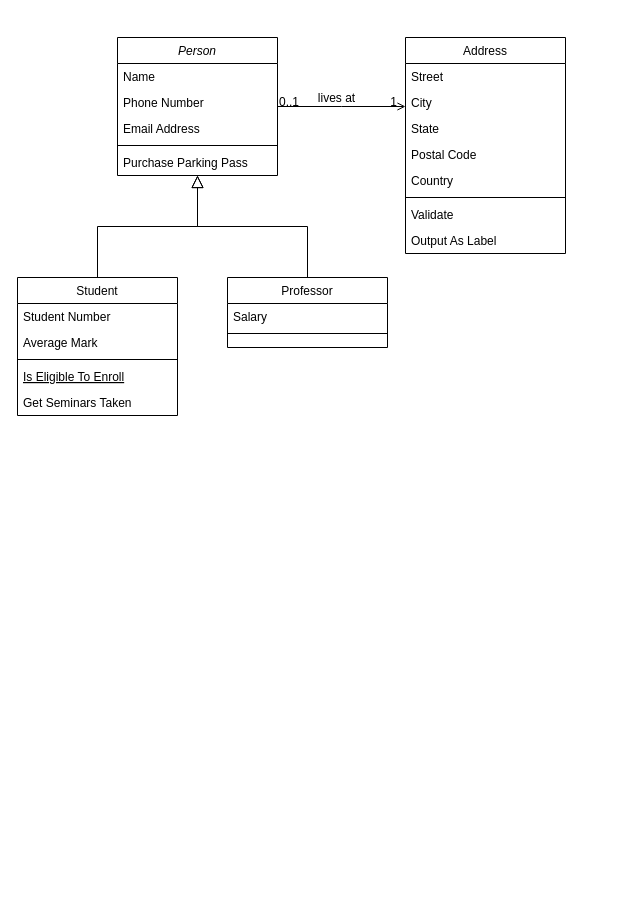
This is TP6.drawio from T-lamo/DataEngineer, a draw.io file, before an edit. Source tidied: cells renumbered, new cells numbered last; positions are measured from the earlier drawing's top-left corner, leaving out a move shared by most shapes. Both pictures are drawn from the tidied source at 100%, with x=0, y=0 at pixel (17, 37).
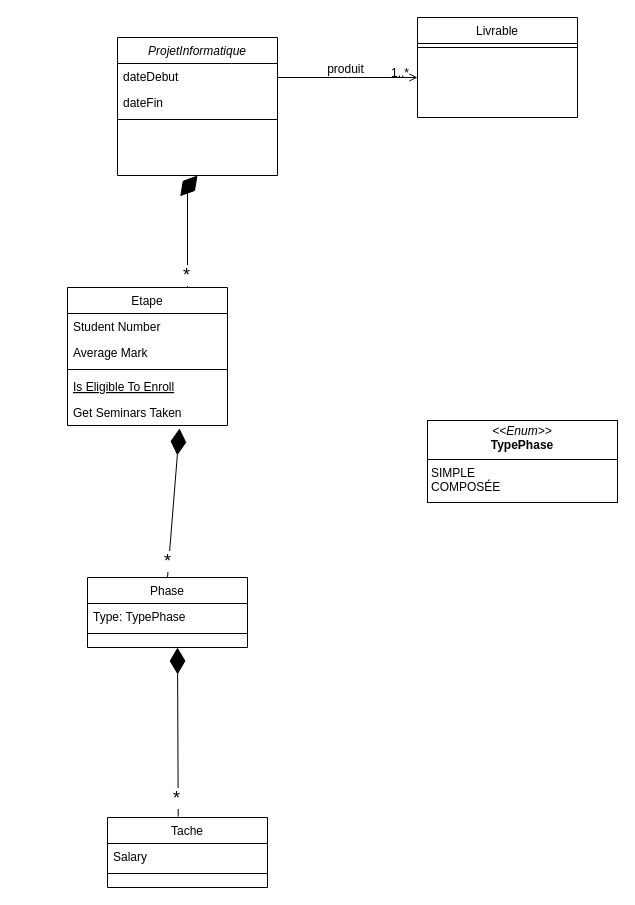
After the change.

Unchanged cells that the change refers to:
```xml
<mxCell id="13" value="Get Seminars Taken" style="text;align=left;verticalAlign=top;spacingLeft=4;spacingRight=4;overflow=hidden;points=[[0,0.5],[1,0.5]];portConstraint=eastwest;" parent="8" vertex="1">
  <mxGeometry y="112" width="160" height="26" as="geometry" />
</mxCell>
<mxCell id="28" style="endArrow=open;shadow=0;strokeWidth=1;rounded=0;curved=0;endFill=1;edgeStyle=elbowEdgeStyle;elbow=vertical;" parent="1" edge="1" source="2" target="19">
  <mxGeometry x="0.5" y="41" relative="1" as="geometry">
    <mxPoint x="-40" y="32" as="offset" />
  </mxGeometry>
</mxCell>
```

The edit, as a diff of the source:
```diff
@@
-    <mxCell id="2" value="Person" style="swimlane;fontStyle=2;align=center;verticalAlign=top;horizontal=1;startSize=26;rounded=0;shadow=0;strokeWidth=1;" parent="1" vertex="1">
+    <mxCell id="2" value="ProjetInformatique" style="swimlane;fontStyle=2;align=center;verticalAlign=top;horizontal=1;startSize=26;rounded=0;shadow=0;strokeWidth=1;" parent="1" vertex="1">
       <mxGeometry x="100" width="160" height="138" as="geometry" />
     </mxCell>
-    <mxCell id="3" value="Name" style="text;align=left;verticalAlign=top;spacingLeft=4;spacingRight=4;overflow=hidden;" parent="2" vertex="1">
+    <mxCell id="3" value="dateDebut" style="text;align=left;verticalAlign=top;spacingLeft=4;spacingRight=4;overflow=hidden;" parent="2" vertex="1">
       <mxGeometry y="26" width="160" height="26" as="geometry" />
     </mxCell>
-    <mxCell id="4" value="Phone Number" style="text;align=left;verticalAlign=top;spacingLeft=4;spacingRight=4;overflow=hidden;rounded=0;shadow=0;html=0;" parent="2" vertex="1">
+    <mxCell id="4" value="dateFin" style="text;align=left;verticalAlign=top;spacingLeft=4;spacingRight=4;overflow=hidden;rounded=0;shadow=0;html=0;" parent="2" vertex="1">
       <mxGeometry y="52" width="160" height="26" as="geometry" />
     </mxCell>
-    <mxCell id="5" value="Email Address" style="text;align=left;verticalAlign=top;spacingLeft=4;spacingRight=4;overflow=hidden;rounded=0;shadow=0;html=0;" parent="2" vertex="1">
-      <mxGeometry y="78" width="160" height="26" as="geometry" />
-    </mxCell>
     <mxCell id="6" style="line;html=1;strokeWidth=1;align=left;verticalAlign=middle;spacingTop=-1;spacingLeft=3;spacingRight=3;labelPosition=right;" parent="2" vertex="1">
-      <mxGeometry y="104" width="160" height="8" as="geometry" />
+      <mxGeometry y="78" width="160" height="8" as="geometry" />
     </mxCell>
-    <mxCell id="7" value="Purchase Parking Pass" style="text;align=left;verticalAlign=top;spacingLeft=4;spacingRight=4;overflow=hidden;" parent="2" vertex="1">
-      <mxGeometry y="112" width="160" height="26" as="geometry" />
-    </mxCell>
-    <mxCell id="8" value="Student" style="swimlane;fontStyle=0;align=center;verticalAlign=top;horizontal=1;startSize=26;rounded=0;shadow=0;strokeWidth=1;" parent="1" vertex="1">
-      <mxGeometry y="240" width="160" height="138" as="geometry" />
+    <mxCell id="8" value="Etape" style="swimlane;fontStyle=0;align=center;verticalAlign=top;horizontal=1;startSize=26;rounded=0;shadow=0;strokeWidth=1;" parent="1" vertex="1">
+      <mxGeometry x="50" y="250" width="160" height="138" as="geometry" />
     </mxCell>
@@
-    <mxCell id="14" style="endArrow=block;endSize=10;endFill=0;shadow=0;strokeWidth=1;rounded=0;curved=0;edgeStyle=elbowEdgeStyle;elbow=vertical;" parent="1" edge="1" source="8" target="2">
-      <mxGeometry relative="1" as="geometry" />
-    </mxCell>
-    <mxCell id="15" value="Professor" style="swimlane;fontStyle=0;align=center;verticalAlign=top;horizontal=1;startSize=26;rounded=0;shadow=0;strokeWidth=1;" parent="1" vertex="1">
-      <mxGeometry x="210" y="240" width="160" height="70" as="geometry" />
+    <mxCell id="15" value="Phase" style="swimlane;fontStyle=0;align=center;verticalAlign=top;horizontal=1;startSize=26;rounded=0;shadow=0;strokeWidth=1;" parent="1" vertex="1">
+      <mxGeometry x="70" y="540" width="160" height="70" as="geometry" />
     </mxCell>
-    <mxCell id="16" value="Salary" style="text;align=left;verticalAlign=top;spacingLeft=4;spacingRight=4;overflow=hidden;" parent="15" vertex="1">
+    <mxCell id="16" value="Type: TypePhase" style="text;align=left;verticalAlign=top;spacingLeft=4;spacingRight=4;overflow=hidden;" parent="15" vertex="1">
       <mxGeometry y="26" width="160" height="26" as="geometry" />
     </mxCell>
@@
-    <mxCell id="18" style="endArrow=block;endSize=10;endFill=0;shadow=0;strokeWidth=1;rounded=0;curved=0;edgeStyle=elbowEdgeStyle;elbow=vertical;" parent="1" edge="1" source="15" target="2">
-      <mxGeometry relative="1" as="geometry" />
-    </mxCell>
-    <mxCell id="19" value="Address" style="swimlane;fontStyle=0;align=center;verticalAlign=top;horizontal=1;startSize=26;rounded=0;shadow=0;strokeWidth=1;" parent="1" vertex="1">
-      <mxGeometry x="388" width="160" height="216" as="geometry" />
+    <mxCell id="19" value="Livrable" style="swimlane;fontStyle=0;align=center;verticalAlign=top;horizontal=1;startSize=26;rounded=0;shadow=0;strokeWidth=1;" parent="1" vertex="1">
+      <mxGeometry x="400" y="-20" width="160" height="100" as="geometry" />
     </mxCell>
-    <mxCell id="20" value="Street" style="text;align=left;verticalAlign=top;spacingLeft=4;spacingRight=4;overflow=hidden;" parent="19" vertex="1">
-      <mxGeometry y="26" width="160" height="26" as="geometry" />
-    </mxCell>
-    <mxCell id="21" value="City" style="text;align=left;verticalAlign=top;spacingLeft=4;spacingRight=4;overflow=hidden;rounded=0;shadow=0;html=0;" parent="19" vertex="1">
-      <mxGeometry y="52" width="160" height="26" as="geometry" />
-    </mxCell>
-    <mxCell id="22" value="State" style="text;align=left;verticalAlign=top;spacingLeft=4;spacingRight=4;overflow=hidden;rounded=0;shadow=0;html=0;" parent="19" vertex="1">
-      <mxGeometry y="78" width="160" height="26" as="geometry" />
-    </mxCell>
-    <mxCell id="23" value="Postal Code" style="text;align=left;verticalAlign=top;spacingLeft=4;spacingRight=4;overflow=hidden;rounded=0;shadow=0;html=0;" parent="19" vertex="1">
-      <mxGeometry y="104" width="160" height="26" as="geometry" />
-    </mxCell>
-    <mxCell id="24" value="Country" style="text;align=left;verticalAlign=top;spacingLeft=4;spacingRight=4;overflow=hidden;rounded=0;shadow=0;html=0;" parent="19" vertex="1">
-      <mxGeometry y="130" width="160" height="26" as="geometry" />
-    </mxCell>
     <mxCell id="25" style="line;html=1;strokeWidth=1;align=left;verticalAlign=middle;spacingTop=-1;spacingLeft=3;spacingRight=3;labelPosition=right;" parent="19" vertex="1">
-      <mxGeometry y="156" width="160" height="8" as="geometry" />
+      <mxGeometry y="26" width="160" height="8" as="geometry" />
     </mxCell>
-    <mxCell id="26" value="Validate" style="text;align=left;verticalAlign=top;spacingLeft=4;spacingRight=4;overflow=hidden;" parent="19" vertex="1">
-      <mxGeometry y="164" width="160" height="26" as="geometry" />
-    </mxCell>
-    <mxCell id="27" value="Output As Label" style="text;align=left;verticalAlign=top;spacingLeft=4;spacingRight=4;overflow=hidden;" parent="19" vertex="1">
-      <mxGeometry y="190" width="160" height="26" as="geometry" />
-    </mxCell>
@@
-    <mxCell id="29" value="0..1" style="align=left;verticalAlign=bottom;labelBackgroundColor=none;fontSize=12;" parent="28" vertex="1">
-      <mxGeometry x="-1" relative="1" as="geometry">
-        <mxPoint y="4" as="offset" />
-      </mxGeometry>
-    </mxCell>
-    <mxCell id="30" value="1" style="align=right;verticalAlign=bottom;labelBackgroundColor=none;fontSize=12;" parent="28" vertex="1">
+    <mxCell id="30" value="1..*" style="align=right;verticalAlign=bottom;labelBackgroundColor=none;fontSize=12;" parent="28" vertex="1">
       <mxGeometry x="1" relative="1" as="geometry">
         <mxPoint x="-7" y="4" as="offset" />
       </mxGeometry>
     </mxCell>
-    <mxCell id="31" value="lives at" style="text;html=1;align=center;verticalAlign=middle;labelBackgroundColor=none;rounded=0;shadow=0;strokeWidth=1;fontSize=12;" parent="28" vertex="1">
+    <mxCell id="31" value="produit" style="text;html=1;align=center;verticalAlign=middle;labelBackgroundColor=none;rounded=0;shadow=0;strokeWidth=1;fontSize=12;" parent="28" vertex="1">
       <mxGeometry x="0.5" y="49" relative="1" as="geometry">
         <mxPoint x="-38" y="40" as="offset" />
       </mxGeometry>
     </mxCell>
+    <mxCell id="32" value="Tache" style="swimlane;fontStyle=0;align=center;verticalAlign=top;horizontal=1;startSize=26;rounded=0;shadow=0;strokeWidth=1;" parent="1" vertex="1">
+      <mxGeometry x="90" y="780" width="160" height="70" as="geometry" />
+    </mxCell>
+    <mxCell id="33" value="Salary" style="text;align=left;verticalAlign=top;spacingLeft=4;spacingRight=4;overflow=hidden;" parent="32" vertex="1">
+      <mxGeometry y="26" width="160" height="26" as="geometry" />
+    </mxCell>
+    <mxCell id="34" style="line;html=1;strokeWidth=1;align=left;verticalAlign=middle;spacingTop=-1;spacingLeft=3;spacingRight=3;labelPosition=right;" parent="32" vertex="1">
+      <mxGeometry y="52" width="160" height="8" as="geometry" />
+    </mxCell>
+    <mxCell id="14" style="endArrow=diamondThin;endFill=1;endSize=24;html=1;rounded=0;entryX=0.5;entryY=1;entryDx=0;entryDy=0;exitX=0.75;exitY=0;exitDx=0;exitDy=0;" parent="1" edge="1" source="8" target="2">
+      <mxGeometry relative="1" as="geometry">
+        <Array as="points">
+          <mxPoint x="170" y="150" />
+        </Array>
+      </mxGeometry>
+    </mxCell>
+    <mxCell id="35" value="&lt;font style=&quot;font-size: 18px;&quot;&gt;*&lt;/font&gt;" style="edgeLabel;html=1;align=center;verticalAlign=middle;" parent="14" vertex="1">
+      <mxGeometry x="-0.78" y="2" relative="1" as="geometry" />
+    </mxCell>
+    <mxCell id="36" style="endArrow=diamondThin;endFill=1;endSize=24;html=1;rounded=0;entryX=0.7;entryY=1.112;entryDx=0;entryDy=0;exitX=0.5;exitY=0;exitDx=0;exitDy=0;entryPerimeter=0;" parent="1" edge="1" source="15" target="13">
+      <mxGeometry relative="1" as="geometry" />
+    </mxCell>
+    <mxCell id="37" value="&lt;font style=&quot;font-size: 18px;&quot;&gt;*&lt;/font&gt;" style="edgeLabel;html=1;align=center;verticalAlign=middle;" parent="36" vertex="1">
+      <mxGeometry x="-0.78" y="2" relative="1" as="geometry" />
+    </mxCell>
+    <mxCell id="38" style="endArrow=diamondThin;endFill=1;endSize=24;html=1;rounded=0;exitX=0.442;exitY=-0.011;exitDx=0;exitDy=0;exitPerimeter=0;" parent="1" edge="1" source="32">
+      <mxGeometry relative="1" as="geometry">
+        <mxPoint x="160" y="610" as="targetPoint" />
+      </mxGeometry>
+    </mxCell>
+    <mxCell id="39" value="&lt;font style=&quot;font-size: 18px;&quot;&gt;*&lt;/font&gt;" style="edgeLabel;html=1;align=center;verticalAlign=middle;" parent="38" vertex="1">
+      <mxGeometry x="-0.78" y="2" relative="1" as="geometry" />
+    </mxCell>
+    <mxCell id="40" value="&lt;p style=&quot;margin:0px;margin-top:4px;text-align:center;&quot;&gt;&lt;i&gt;&amp;lt;&amp;lt;Enum&amp;gt;&amp;gt;&lt;/i&gt;&lt;br&gt;&lt;b&gt;TypePhase&lt;/b&gt;&lt;/p&gt;&lt;hr size=&quot;1&quot; style=&quot;border-style:solid;&quot;&gt;&lt;p style=&quot;margin:0px;margin-left:4px;&quot;&gt;SIMPLE&lt;/p&gt;&lt;p style=&quot;margin:0px;margin-left:4px;&quot;&gt;COMPOSÉE&lt;/p&gt;" style="verticalAlign=top;align=left;overflow=fill;html=1;whiteSpace=wrap;" parent="1" vertex="1">
+      <mxGeometry x="410" y="383" width="190" height="82" as="geometry" />
+    </mxCell>
```
